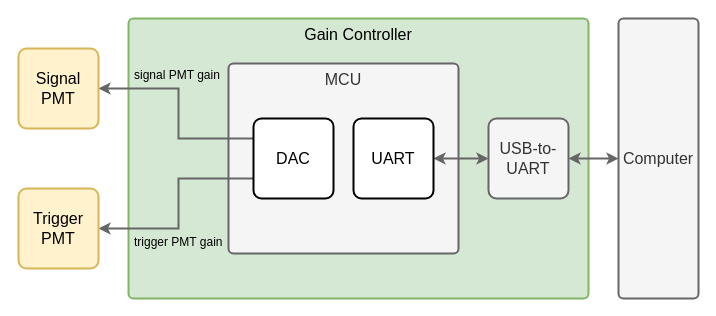
This is docs/system-architecture.drawio from BMW-lab-MSU/wingbeat-modulation-lidar-pmt-gain-controller, a draw.io file, before an edit. Source tidied: cells renumbered, new cells numbered last; positions are measured from the earlier drawing's top-left corner, leaving out a move shared by most shapes. Both pictures are drawn from the tidied source at 100%, with x=0, y=0 at pixel (18, 18).
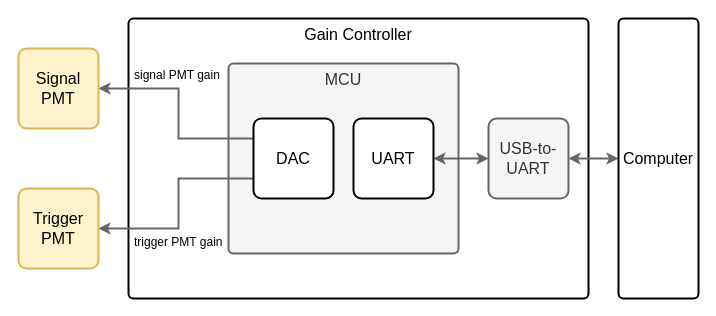
The same diagram, later.

What changed in the source:
```diff
@@
 <mxGraphModel>
   <root>
     <mxCell id="0" />
     <mxCell id="1" parent="0" />
-    <mxCell id="2" value="Gain Controller" style="rounded=1;whiteSpace=wrap;html=1;verticalAlign=top;strokeWidth=2;fontFamily=Helvetica;arcSize=10;fontSize=16;fontStyle=0;fillColor=#d5e8d4;strokeColor=#82b366;absoluteArcSize=1;" parent="1" vertex="1">
+    <mxCell id="2" value="Gain Controller" style="rounded=1;whiteSpace=wrap;html=1;verticalAlign=top;strokeWidth=2;fontFamily=Helvetica;arcSize=10;fontSize=16;fontStyle=0;absoluteArcSize=1;" parent="1" vertex="1">
       <mxGeometry x="110" width="460" height="280" as="geometry" />
     </mxCell>
     <mxCell id="3" value="MCU" style="rounded=1;whiteSpace=wrap;html=1;labelPosition=center;verticalLabelPosition=middle;align=center;verticalAlign=top;strokeWidth=2;fontFamily=Helvetica;arcSize=10;fontSize=16;fontStyle=0;fillColor=#f5f5f5;strokeColor=#666666;fontColor=#333333;absoluteArcSize=1;" parent="1" vertex="1">
       <mxGeometry x="210" y="45" width="230" height="190" as="geometry" />
     </mxCell>
     <mxCell id="4" style="edgeStyle=orthogonalEdgeStyle;rounded=0;jettySize=auto;html=1;exitX=0;exitY=0.5;exitDx=0;exitDy=0;entryX=1;entryY=0.5;entryDx=0;entryDy=0;startArrow=classic;startFill=1;strokeWidth=2;fontFamily=Helvetica;arcSize=10;fontSize=12;strokeColor=#666666;" parent="1" edge="1" source="5" target="11">
       <mxGeometry relative="1" as="geometry" />
     </mxCell>
     <mxCell id="5" value="USB-to-UART" style="rounded=1;whiteSpace=wrap;html=1;strokeWidth=2;fontFamily=Helvetica;arcSize=10;fontSize=16;fontStyle=0;fillColor=#f5f5f5;fontColor=#333333;strokeColor=#666666;" parent="1" vertex="1">
       <mxGeometry x="470" y="100" width="80" height="80" as="geometry" />
     </mxCell>
     <mxCell id="6" style="edgeStyle=orthogonalEdgeStyle;rounded=0;jettySize=auto;html=1;exitX=0;exitY=0.5;exitDx=0;exitDy=0;entryX=1;entryY=0.5;entryDx=0;entryDy=0;labelBackgroundColor=none;startArrow=classic;startFill=1;strokeWidth=2;fontFamily=Helvetica;arcSize=10;fontSize=12;strokeColor=#666666;" parent="1" edge="1" source="7" target="5">
       <mxGeometry relative="1" as="geometry" />
     </mxCell>
-    <mxCell id="7" value="Computer" style="rounded=1;whiteSpace=wrap;html=1;strokeWidth=2;fontFamily=Helvetica;arcSize=10;fontSize=16;fontStyle=0;fillColor=#f5f5f5;fontColor=#333333;strokeColor=#666666;absoluteArcSize=1;" parent="1" vertex="1">
+    <mxCell id="7" value="Computer" style="rounded=1;whiteSpace=wrap;html=1;strokeWidth=2;fontFamily=Helvetica;arcSize=10;fontSize=16;fontStyle=0;absoluteArcSize=1;" parent="1" vertex="1">
       <mxGeometry x="600" width="80" height="280" as="geometry" />
     </mxCell>
     <mxCell id="8" value="signal PMT gain" style="edgeStyle=orthogonalEdgeStyle;rounded=0;jettySize=auto;html=1;exitX=0;exitY=0.25;exitDx=0;exitDy=0;startArrow=none;startFill=0;align=left;labelPosition=left;verticalLabelPosition=top;verticalAlign=bottom;spacingRight=4;labelBackgroundColor=none;spacingBottom=4;strokeWidth=2;fontFamily=Helvetica;arcSize=10;fontSize=12;strokeColor=#666666;spacingLeft=4;entryX=1;entryY=0.5;entryDx=0;entryDy=0;" parent="1" edge="1" source="10" target="12">
       <mxGeometry x="0.71" relative="1" as="geometry">
         <Array as="points">
           <mxPoint x="160" y="120" />
           <mxPoint x="160" y="70" />
         </Array>
       </mxGeometry>
     </mxCell>
     <mxCell id="9" value="trigger PMT gain" style="edgeStyle=orthogonalEdgeStyle;rounded=0;jettySize=auto;html=1;exitX=0;exitY=0.75;exitDx=0;exitDy=0;startArrow=none;startFill=0;labelPosition=left;verticalLabelPosition=bottom;align=left;verticalAlign=top;spacingRight=4;labelBackgroundColor=none;strokeWidth=2;fontFamily=Helvetica;arcSize=10;fontSize=12;strokeColor=#666666;spacingLeft=4;entryX=1;entryY=0.5;entryDx=0;entryDy=0;" parent="1" edge="1" source="10" target="13">
       <mxGeometry x="0.71" relative="1" as="geometry">
         <Array as="points">
           <mxPoint x="160" y="160" />
           <mxPoint x="160" y="210" />
         </Array>
       </mxGeometry>
     </mxCell>
     <mxCell id="10" value="DAC" style="rounded=1;whiteSpace=wrap;html=1;strokeWidth=2;fontFamily=Helvetica;arcSize=10;fontSize=16;fontStyle=0;" parent="1" vertex="1">
       <mxGeometry x="235" y="100" width="80" height="80" as="geometry" />
     </mxCell>
     <mxCell id="11" value="UART" style="rounded=1;whiteSpace=wrap;html=1;strokeWidth=2;fontFamily=Helvetica;arcSize=10;fontSize=16;fontStyle=0;" parent="1" vertex="1">
       <mxGeometry x="335" y="100" width="80" height="80" as="geometry" />
     </mxCell>
     <mxCell id="12" value="Signal&lt;br&gt;PMT" style="rounded=1;whiteSpace=wrap;html=1;strokeWidth=2;fontFamily=Helvetica;arcSize=10;fontSize=16;fontStyle=0;fillColor=#fff2cc;strokeColor=#d6b656;" parent="1" vertex="1">
       <mxGeometry y="30" width="80" height="80" as="geometry" />
     </mxCell>
     <mxCell id="13" value="Trigger&lt;br&gt;PMT" style="rounded=1;whiteSpace=wrap;html=1;strokeWidth=2;fontFamily=Helvetica;arcSize=10;fontSize=16;fontStyle=0;fillColor=#fff2cc;strokeColor=#d6b656;" parent="1" vertex="1">
       <mxGeometry y="170" width="80" height="80" as="geometry" />
     </mxCell>
   </root>
 </mxGraphModel>
```
